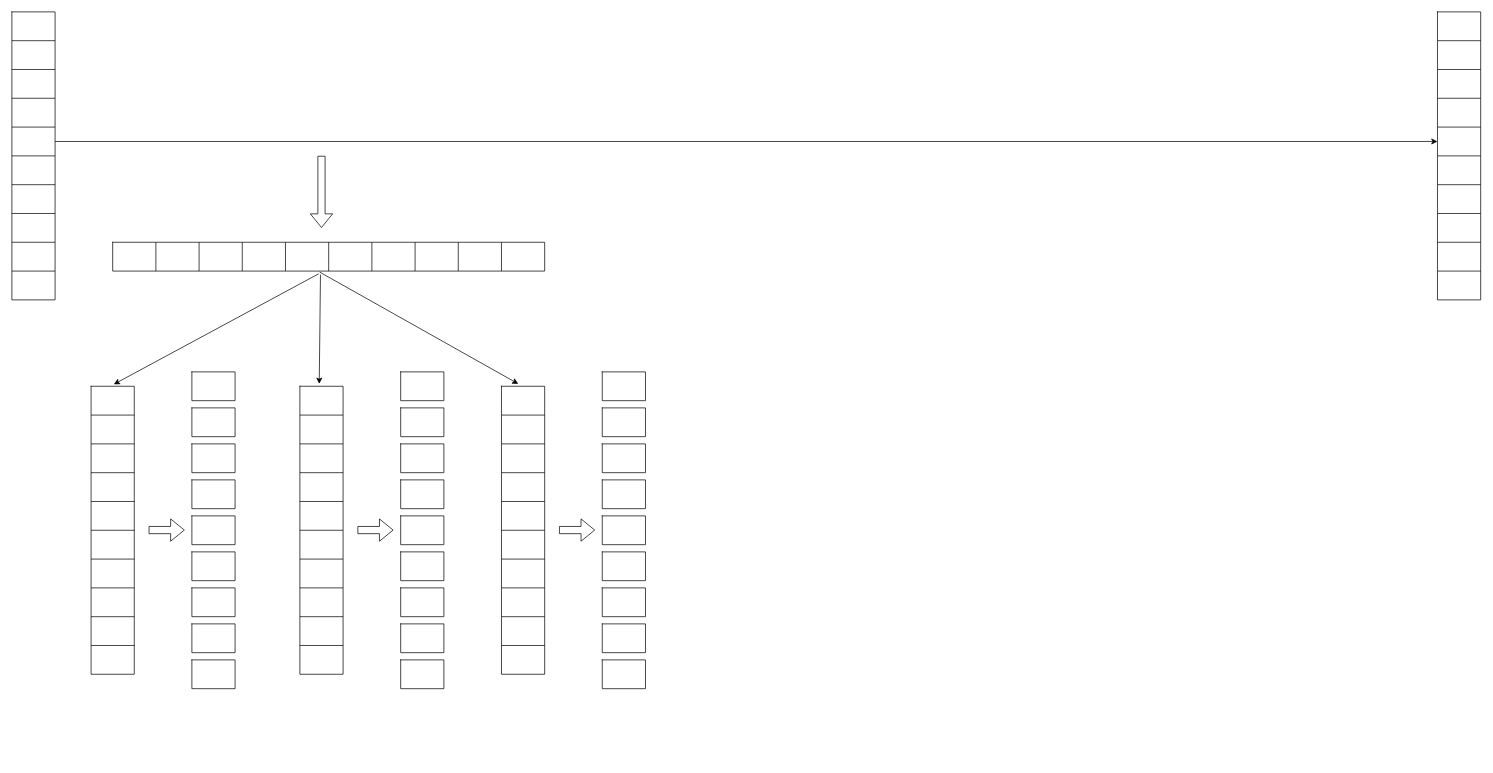
Above: transformer layer.drawio in uservan/drawIO (draw.io), before the change. Source tidied: cells renumbered, new cells numbered last; positions are measured from the earlier drawing's top-left corner, leaving out a move shared by most shapes. Both pictures are drawn from the tidied source at 72%, with x=0, y=0 at pixel (12, 12).
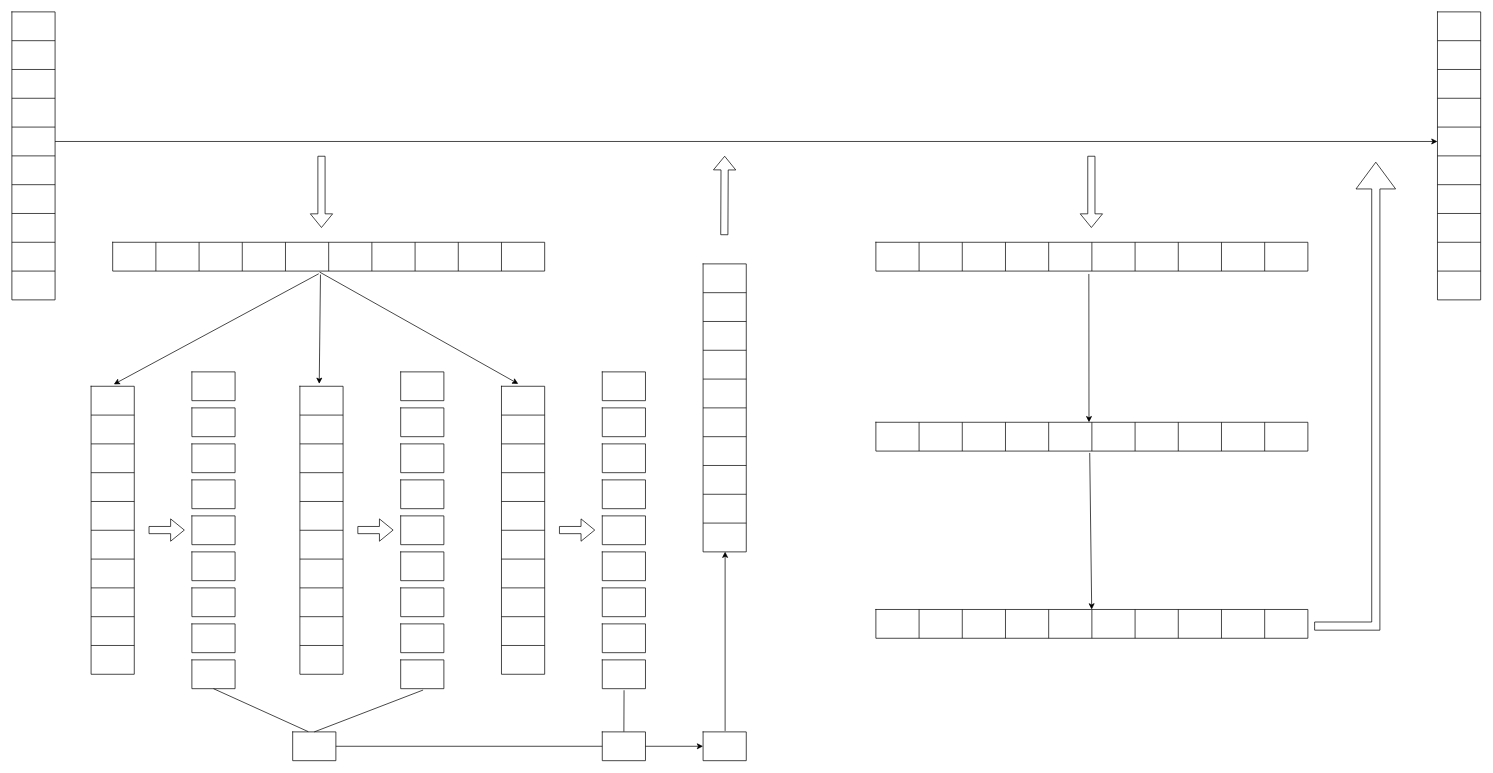
Above is the later version.

The change refers to these unchanged cells:
```xml
<mxCell id="178" style="shape=tableRow;horizontal=0;startSize=0;swimlaneHead=0;swimlaneBody=0;strokeColor=inherit;top=0;left=0;bottom=0;right=0;fillColor=none;points=[[0,0.5],[1,0.5]];portConstraint=eastwest;" parent="177" vertex="1">
  <mxGeometry width="60" height="40" as="geometry" />
</mxCell>
<mxCell id="206" style="shape=tableRow;horizontal=0;startSize=0;swimlaneHead=0;swimlaneBody=0;strokeColor=inherit;top=0;left=0;bottom=0;right=0;fillColor=none;points=[[0,0.5],[1,0.5]];portConstraint=eastwest;" parent="205" vertex="1">
  <mxGeometry width="60" height="40" as="geometry" />
</mxCell>
```

Diff of the diagram source:
```diff
@@
+    <mxCell id="208" style="shape=table;startSize=0;childLayout=tableLayout;" parent="1" vertex="1">
+      <mxGeometry x="390" y="1000" width="60" height="40" as="geometry" />
+    </mxCell>
+    <mxCell id="209" style="shape=tableRow;horizontal=0;startSize=0;swimlaneHead=0;swimlaneBody=0;strokeColor=inherit;top=0;left=0;bottom=0;right=0;fillColor=none;points=[[0,0.5],[1,0.5]];portConstraint=eastwest;" parent="208" vertex="1">
+      <mxGeometry width="60" height="40" as="geometry" />
+    </mxCell>
+    <mxCell id="210" style="shape=partialRectangle;html=1;whiteSpace=wrap;strokeColor=inherit;overflow=hidden;fillColor=none;top=0;left=0;bottom=0;right=0;" parent="209" vertex="1">
+      <mxGeometry width="60" height="40" as="geometry" />
+    </mxCell>
+    <mxCell id="211" style="endArrow=none;html=1;rounded=0;entryX=0.361;entryY=-0.008;entryDx=0;entryDy=0;entryPerimeter=0;" parent="1" edge="1" target="209">
+      <mxGeometry relative="1" as="geometry">
+        <mxPoint x="280" y="940" as="sourcePoint" />
+      </mxGeometry>
+    </mxCell>
+    <mxCell id="212" style="endArrow=none;html=1;rounded=0;exitX=0.519;exitY=1.047;exitDx=0;exitDy=0;exitPerimeter=0;entryX=0.5;entryY=0;entryDx=0;entryDy=0;entryPerimeter=0;" parent="1" edge="1" source="178" target="209">
+      <mxGeometry relative="1" as="geometry" />
+    </mxCell>
+    <mxCell id="213" style="shape=table;startSize=0;childLayout=tableLayout;" parent="1" vertex="1">
+      <mxGeometry x="820" y="1000" width="60" height="40" as="geometry" />
+    </mxCell>
+    <mxCell id="214" style="shape=tableRow;horizontal=0;startSize=0;swimlaneHead=0;swimlaneBody=0;strokeColor=inherit;top=0;left=0;bottom=0;right=0;fillColor=none;points=[[0,0.5],[1,0.5]];portConstraint=eastwest;" parent="213" vertex="1">
+      <mxGeometry width="60" height="40" as="geometry" />
+    </mxCell>
+    <mxCell id="215" style="shape=partialRectangle;html=1;whiteSpace=wrap;strokeColor=inherit;overflow=hidden;fillColor=none;top=0;left=0;bottom=0;right=0;" parent="214" vertex="1">
+      <mxGeometry width="60" height="40" as="geometry" />
+    </mxCell>
+    <mxCell id="216" style="endArrow=none;html=1;rounded=0;exitX=1;exitY=0.5;exitDx=0;exitDy=0;entryX=0;entryY=0.5;entryDx=0;entryDy=0;" parent="1" edge="1" source="209" target="214">
+      <mxGeometry relative="1" as="geometry" />
+    </mxCell>
+    <mxCell id="217" style="shape=table;startSize=0;childLayout=tableLayout;" parent="1" vertex="1">
+      <mxGeometry x="1200" y="320" width="600" height="40" as="geometry" />
+    </mxCell>
+    <mxCell id="218" style="shape=tableRow;horizontal=0;startSize=0;swimlaneHead=0;swimlaneBody=0;strokeColor=inherit;top=0;left=0;bottom=0;right=0;fillColor=none;points=[[0,0.5],[1,0.5]];portConstraint=eastwest;" parent="217" vertex="1">
+      <mxGeometry width="600" height="40" as="geometry" />
+    </mxCell>
+    <mxCell id="219" style="shape=partialRectangle;html=1;whiteSpace=wrap;strokeColor=inherit;overflow=hidden;fillColor=none;top=0;left=0;bottom=0;right=0;" parent="218" vertex="1">
+      <mxGeometry width="60" height="40" as="geometry" />
+    </mxCell>
+    <mxCell id="220" style="shape=partialRectangle;html=1;whiteSpace=wrap;strokeColor=inherit;overflow=hidden;fillColor=none;top=0;left=0;bottom=0;right=0;" parent="218" vertex="1">
+      <mxGeometry x="60" width="60" height="40" as="geometry" />
+    </mxCell>
+    <mxCell id="221" style="shape=partialRectangle;html=1;whiteSpace=wrap;strokeColor=inherit;overflow=hidden;fillColor=none;top=0;left=0;bottom=0;right=0;" parent="218" vertex="1">
+      <mxGeometry x="120" width="60" height="40" as="geometry" />
+    </mxCell>
+    <mxCell id="222" style="shape=partialRectangle;html=1;whiteSpace=wrap;strokeColor=inherit;overflow=hidden;fillColor=none;top=0;left=0;bottom=0;right=0;" parent="218" vertex="1">
+      <mxGeometry x="180" width="60" height="40" as="geometry" />
+    </mxCell>
+    <mxCell id="223" style="shape=partialRectangle;html=1;whiteSpace=wrap;strokeColor=inherit;overflow=hidden;fillColor=none;top=0;left=0;bottom=0;right=0;" parent="218" vertex="1">
+      <mxGeometry x="240" width="60" height="40" as="geometry" />
+    </mxCell>
+    <mxCell id="224" style="shape=partialRectangle;html=1;whiteSpace=wrap;strokeColor=inherit;overflow=hidden;fillColor=none;top=0;left=0;bottom=0;right=0;" parent="218" vertex="1">
+      <mxGeometry x="300" width="60" height="40" as="geometry" />
+    </mxCell>
+    <mxCell id="225" style="shape=partialRectangle;html=1;whiteSpace=wrap;strokeColor=inherit;overflow=hidden;fillColor=none;top=0;left=0;bottom=0;right=0;" parent="218" vertex="1">
+      <mxGeometry x="360" width="60" height="40" as="geometry" />
+    </mxCell>
+    <mxCell id="226" style="shape=partialRectangle;html=1;whiteSpace=wrap;strokeColor=inherit;overflow=hidden;fillColor=none;top=0;left=0;bottom=0;right=0;" parent="218" vertex="1">
+      <mxGeometry x="420" width="60" height="40" as="geometry" />
+    </mxCell>
+    <mxCell id="227" style="shape=partialRectangle;html=1;whiteSpace=wrap;strokeColor=inherit;overflow=hidden;fillColor=none;top=0;left=0;bottom=0;right=0;" parent="218" vertex="1">
+      <mxGeometry x="480" width="60" height="40" as="geometry" />
+    </mxCell>
+    <mxCell id="228" style="shape=partialRectangle;html=1;whiteSpace=wrap;strokeColor=inherit;overflow=hidden;fillColor=none;top=0;left=0;bottom=0;right=0;" parent="218" vertex="1">
+      <mxGeometry x="540" width="60" height="40" as="geometry" />
+    </mxCell>
+    <mxCell id="229" style="shape=table;startSize=0;childLayout=tableLayout;" parent="1" vertex="1">
+      <mxGeometry x="960" y="1000" width="60" height="40" as="geometry" />
+    </mxCell>
+    <mxCell id="230" style="shape=tableRow;horizontal=0;startSize=0;swimlaneHead=0;swimlaneBody=0;strokeColor=inherit;top=0;left=0;bottom=0;right=0;fillColor=none;points=[[0,0.5],[1,0.5]];portConstraint=eastwest;" parent="229" vertex="1">
+      <mxGeometry width="60" height="40" as="geometry" />
+    </mxCell>
+    <mxCell id="231" style="shape=partialRectangle;html=1;whiteSpace=wrap;strokeColor=inherit;overflow=hidden;fillColor=none;top=0;left=0;bottom=0;right=0;" parent="230" vertex="1">
+      <mxGeometry width="60" height="40" as="geometry" />
+    </mxCell>
+    <mxCell id="232" style="endArrow=none;html=1;rounded=0;exitX=0.504;exitY=1.054;exitDx=0;exitDy=0;exitPerimeter=0;entryX=0.5;entryY=-0.008;entryDx=0;entryDy=0;entryPerimeter=0;" parent="1" edge="1" source="206" target="214">
+      <mxGeometry relative="1" as="geometry" />
+    </mxCell>
+    <mxCell id="233" style="endArrow=classic;html=1;rounded=0;exitX=1;exitY=0.5;exitDx=0;exitDy=0;entryX=0;entryY=0.5;entryDx=0;entryDy=0;" parent="1" edge="1" source="214" target="230">
+      <mxGeometry relative="1" as="geometry" />
+    </mxCell>
+    <mxCell id="234" style="shape=table;startSize=0;childLayout=tableLayout;" parent="1" vertex="1">
+      <mxGeometry x="960" y="350" width="60" height="400" as="geometry" />
+    </mxCell>
+    <mxCell id="235" style="shape=tableRow;horizontal=0;startSize=0;swimlaneHead=0;swimlaneBody=0;strokeColor=inherit;top=0;left=0;bottom=0;right=0;fillColor=none;" parent="234" vertex="1">
+      <mxGeometry width="60" height="40" as="geometry" />
+    </mxCell>
+    <mxCell id="236" style="shape=partialRectangle;html=1;whiteSpace=wrap;strokeColor=inherit;overflow=hidden;fillColor=none;top=0;left=0;bottom=0;right=0;" parent="235" vertex="1">
+      <mxGeometry width="60" height="40" as="geometry" />
+    </mxCell>
+    <mxCell id="237" style="shape=tableRow;horizontal=0;startSize=0;swimlaneHead=0;swimlaneBody=0;strokeColor=inherit;top=0;left=0;bottom=0;right=0;fillColor=none;" parent="234" vertex="1">
+      <mxGeometry y="40" width="60" height="40" as="geometry" />
+    </mxCell>
+    <mxCell id="238" style="shape=partialRectangle;html=1;whiteSpace=wrap;strokeColor=inherit;overflow=hidden;fillColor=none;top=0;left=0;bottom=0;right=0;" parent="237" vertex="1">
+      <mxGeometry width="60" height="40" as="geometry" />
+    </mxCell>
+    <mxCell id="239" style="shape=tableRow;horizontal=0;startSize=0;swimlaneHead=0;swimlaneBody=0;strokeColor=inherit;top=0;left=0;bottom=0;right=0;fillColor=none;" parent="234" vertex="1">
+      <mxGeometry y="80" width="60" height="40" as="geometry" />
+    </mxCell>
+    <mxCell id="240" style="shape=partialRectangle;html=1;whiteSpace=wrap;strokeColor=inherit;overflow=hidden;fillColor=none;top=0;left=0;bottom=0;right=0;" parent="239" vertex="1">
+      <mxGeometry width="60" height="40" as="geometry" />
+    </mxCell>
+    <mxCell id="241" style="shape=tableRow;horizontal=0;startSize=0;swimlaneHead=0;swimlaneBody=0;strokeColor=inherit;top=0;left=0;bottom=0;right=0;fillColor=none;" parent="234" vertex="1">
+      <mxGeometry y="120" width="60" height="40" as="geometry" />
+    </mxCell>
+    <mxCell id="242" style="shape=partialRectangle;html=1;whiteSpace=wrap;strokeColor=inherit;overflow=hidden;fillColor=none;top=0;left=0;bottom=0;right=0;" parent="241" vertex="1">
+      <mxGeometry width="60" height="40" as="geometry" />
+    </mxCell>
+    <mxCell id="243" style="shape=tableRow;horizontal=0;startSize=0;swimlaneHead=0;swimlaneBody=0;strokeColor=inherit;top=0;left=0;bottom=0;right=0;fillColor=none;" parent="234" vertex="1">
+      <mxGeometry y="160" width="60" height="40" as="geometry" />
+    </mxCell>
+    <mxCell id="244" style="shape=partialRectangle;html=1;whiteSpace=wrap;strokeColor=inherit;overflow=hidden;fillColor=none;top=0;left=0;bottom=0;right=0;" parent="243" vertex="1">
+      <mxGeometry width="60" height="40" as="geometry" />
+    </mxCell>
+    <mxCell id="245" style="shape=tableRow;horizontal=0;startSize=0;swimlaneHead=0;swimlaneBody=0;strokeColor=inherit;top=0;left=0;bottom=0;right=0;fillColor=none;" parent="234" vertex="1">
+      <mxGeometry y="200" width="60" height="40" as="geometry" />
+    </mxCell>
+    <mxCell id="246" style="shape=partialRectangle;html=1;whiteSpace=wrap;strokeColor=inherit;overflow=hidden;fillColor=none;top=0;left=0;bottom=0;right=0;" parent="245" vertex="1">
+      <mxGeometry width="60" height="40" as="geometry" />
+    </mxCell>
+    <mxCell id="247" style="shape=tableRow;horizontal=0;startSize=0;swimlaneHead=0;swimlaneBody=0;strokeColor=inherit;top=0;left=0;bottom=0;right=0;fillColor=none;" parent="234" vertex="1">
+      <mxGeometry y="240" width="60" height="40" as="geometry" />
+    </mxCell>
+    <mxCell id="248" style="shape=partialRectangle;html=1;whiteSpace=wrap;strokeColor=inherit;overflow=hidden;fillColor=none;top=0;left=0;bottom=0;right=0;" parent="247" vertex="1">
+      <mxGeometry width="60" height="40" as="geometry" />
+    </mxCell>
+    <mxCell id="249" style="shape=tableRow;horizontal=0;startSize=0;swimlaneHead=0;swimlaneBody=0;strokeColor=inherit;top=0;left=0;bottom=0;right=0;fillColor=none;" parent="234" vertex="1">
+      <mxGeometry y="280" width="60" height="40" as="geometry" />
+    </mxCell>
+    <mxCell id="250" style="shape=partialRectangle;html=1;whiteSpace=wrap;strokeColor=inherit;overflow=hidden;fillColor=none;top=0;left=0;bottom=0;right=0;" parent="249" vertex="1">
+      <mxGeometry width="60" height="40" as="geometry" />
+    </mxCell>
+    <mxCell id="251" style="shape=tableRow;horizontal=0;startSize=0;swimlaneHead=0;swimlaneBody=0;strokeColor=inherit;top=0;left=0;bottom=0;right=0;fillColor=none;" parent="234" vertex="1">
+      <mxGeometry y="320" width="60" height="40" as="geometry" />
+    </mxCell>
+    <mxCell id="252" style="shape=partialRectangle;html=1;whiteSpace=wrap;strokeColor=inherit;overflow=hidden;fillColor=none;top=0;left=0;bottom=0;right=0;" parent="251" vertex="1">
+      <mxGeometry width="60" height="40" as="geometry" />
+    </mxCell>
+    <mxCell id="253" style="shape=tableRow;horizontal=0;startSize=0;swimlaneHead=0;swimlaneBody=0;strokeColor=inherit;top=0;left=0;bottom=0;right=0;fillColor=none;points=[[0,0.5],[1,0.5]];portConstraint=eastwest;" parent="234" vertex="1">
+      <mxGeometry y="360" width="60" height="40" as="geometry" />
+    </mxCell>
+    <mxCell id="254" style="shape=partialRectangle;html=1;whiteSpace=wrap;strokeColor=inherit;overflow=hidden;fillColor=none;top=0;left=0;bottom=0;right=0;" parent="253" vertex="1">
+      <mxGeometry width="60" height="40" as="geometry" />
+    </mxCell>
+    <mxCell id="255" style="endArrow=classic;html=1;rounded=0;exitX=0.51;exitY=-0.033;exitDx=0;exitDy=0;exitPerimeter=0;entryX=0.51;entryY=0.992;entryDx=0;entryDy=0;entryPerimeter=0;" parent="1" edge="1" source="230" target="253">
+      <mxGeometry relative="1" as="geometry" />
+    </mxCell>
+    <mxCell id="256" style="shape=flexArrow;endArrow=classic;html=1;rounded=0;" parent="1" edge="1">
+      <mxGeometry relative="1" as="geometry">
+        <mxPoint x="989.5" y="310" as="sourcePoint" />
+        <mxPoint x="990" y="200" as="targetPoint" />
+      </mxGeometry>
+    </mxCell>
+    <mxCell id="257" style="shape=flexArrow;endArrow=classic;html=1;rounded=0;" parent="1" edge="1">
+      <mxGeometry relative="1" as="geometry">
+        <mxPoint x="1499.3" y="200" as="sourcePoint" />
+        <mxPoint x="1499.3" y="300" as="targetPoint" />
+      </mxGeometry>
+    </mxCell>
+    <mxCell id="258" style="endArrow=classic;html=1;rounded=0;exitX=0.493;exitY=1.1;exitDx=0;exitDy=0;exitPerimeter=0;" parent="1" edge="1" source="218">
+      <mxGeometry relative="1" as="geometry">
+        <mxPoint x="1496" y="570" as="targetPoint" />
+      </mxGeometry>
+    </mxCell>
+    <mxCell id="259" style="shape=table;startSize=0;childLayout=tableLayout;" parent="1" vertex="1">
+      <mxGeometry x="1200" y="570" width="600" height="40" as="geometry" />
+    </mxCell>
+    <mxCell id="260" style="shape=tableRow;horizontal=0;startSize=0;swimlaneHead=0;swimlaneBody=0;strokeColor=inherit;top=0;left=0;bottom=0;right=0;fillColor=none;points=[[0,0.5],[1,0.5]];portConstraint=eastwest;" parent="259" vertex="1">
+      <mxGeometry width="600" height="40" as="geometry" />
+    </mxCell>
+    <mxCell id="261" style="shape=partialRectangle;html=1;whiteSpace=wrap;strokeColor=inherit;overflow=hidden;fillColor=none;top=0;left=0;bottom=0;right=0;" parent="260" vertex="1">
+      <mxGeometry width="60" height="40" as="geometry" />
+    </mxCell>
+    <mxCell id="262" style="shape=partialRectangle;html=1;whiteSpace=wrap;strokeColor=inherit;overflow=hidden;fillColor=none;top=0;left=0;bottom=0;right=0;" parent="260" vertex="1">
+      <mxGeometry x="60" width="60" height="40" as="geometry" />
+    </mxCell>
+    <mxCell id="263" style="shape=partialRectangle;html=1;whiteSpace=wrap;strokeColor=inherit;overflow=hidden;fillColor=none;top=0;left=0;bottom=0;right=0;" parent="260" vertex="1">
+      <mxGeometry x="120" width="60" height="40" as="geometry" />
+    </mxCell>
+    <mxCell id="264" style="shape=partialRectangle;html=1;whiteSpace=wrap;strokeColor=inherit;overflow=hidden;fillColor=none;top=0;left=0;bottom=0;right=0;" parent="260" vertex="1">
+      <mxGeometry x="180" width="60" height="40" as="geometry" />
+    </mxCell>
+    <mxCell id="265" style="shape=partialRectangle;html=1;whiteSpace=wrap;strokeColor=inherit;overflow=hidden;fillColor=none;top=0;left=0;bottom=0;right=0;" parent="260" vertex="1">
+      <mxGeometry x="240" width="60" height="40" as="geometry" />
+    </mxCell>
+    <mxCell id="266" style="shape=partialRectangle;html=1;whiteSpace=wrap;strokeColor=inherit;overflow=hidden;fillColor=none;top=0;left=0;bottom=0;right=0;" parent="260" vertex="1">
+      <mxGeometry x="300" width="60" height="40" as="geometry" />
+    </mxCell>
+    <mxCell id="267" style="shape=partialRectangle;html=1;whiteSpace=wrap;strokeColor=inherit;overflow=hidden;fillColor=none;top=0;left=0;bottom=0;right=0;" parent="260" vertex="1">
+      <mxGeometry x="360" width="60" height="40" as="geometry" />
+    </mxCell>
+    <mxCell id="268" style="shape=partialRectangle;html=1;whiteSpace=wrap;strokeColor=inherit;overflow=hidden;fillColor=none;top=0;left=0;bottom=0;right=0;" parent="260" vertex="1">
+      <mxGeometry x="420" width="60" height="40" as="geometry" />
+    </mxCell>
+    <mxCell id="269" style="shape=partialRectangle;html=1;whiteSpace=wrap;strokeColor=inherit;overflow=hidden;fillColor=none;top=0;left=0;bottom=0;right=0;" parent="260" vertex="1">
+      <mxGeometry x="480" width="60" height="40" as="geometry" />
+    </mxCell>
+    <mxCell id="270" style="shape=partialRectangle;html=1;whiteSpace=wrap;strokeColor=inherit;overflow=hidden;fillColor=none;top=0;left=0;bottom=0;right=0;" parent="260" vertex="1">
+      <mxGeometry x="540" width="60" height="40" as="geometry" />
+    </mxCell>
+    <mxCell id="271" style="shape=table;startSize=0;childLayout=tableLayout;" parent="1" vertex="1">
+      <mxGeometry x="1200" y="830" width="600" height="40" as="geometry" />
+    </mxCell>
+    <mxCell id="272" style="shape=tableRow;horizontal=0;startSize=0;swimlaneHead=0;swimlaneBody=0;strokeColor=inherit;top=0;left=0;bottom=0;right=0;fillColor=none;points=[[0,0.5],[1,0.5]];portConstraint=eastwest;" parent="271" vertex="1">
+      <mxGeometry width="600" height="40" as="geometry" />
+    </mxCell>
+    <mxCell id="273" style="shape=partialRectangle;html=1;whiteSpace=wrap;strokeColor=inherit;overflow=hidden;fillColor=none;top=0;left=0;bottom=0;right=0;" parent="272" vertex="1">
+      <mxGeometry width="60" height="40" as="geometry" />
+    </mxCell>
+    <mxCell id="274" style="shape=partialRectangle;html=1;whiteSpace=wrap;strokeColor=inherit;overflow=hidden;fillColor=none;top=0;left=0;bottom=0;right=0;" parent="272" vertex="1">
+      <mxGeometry x="60" width="60" height="40" as="geometry" />
+    </mxCell>
+    <mxCell id="275" style="shape=partialRectangle;html=1;whiteSpace=wrap;strokeColor=inherit;overflow=hidden;fillColor=none;top=0;left=0;bottom=0;right=0;" parent="272" vertex="1">
+      <mxGeometry x="120" width="60" height="40" as="geometry" />
+    </mxCell>
+    <mxCell id="276" style="shape=partialRectangle;html=1;whiteSpace=wrap;strokeColor=inherit;overflow=hidden;fillColor=none;top=0;left=0;bottom=0;right=0;" parent="272" vertex="1">
+      <mxGeometry x="180" width="60" height="40" as="geometry" />
+    </mxCell>
+    <mxCell id="277" style="shape=partialRectangle;html=1;whiteSpace=wrap;strokeColor=inherit;overflow=hidden;fillColor=none;top=0;left=0;bottom=0;right=0;" parent="272" vertex="1">
+      <mxGeometry x="240" width="60" height="40" as="geometry" />
+    </mxCell>
+    <mxCell id="278" style="shape=partialRectangle;html=1;whiteSpace=wrap;strokeColor=inherit;overflow=hidden;fillColor=none;top=0;left=0;bottom=0;right=0;" parent="272" vertex="1">
+      <mxGeometry x="300" width="60" height="40" as="geometry" />
+    </mxCell>
+    <mxCell id="279" style="shape=partialRectangle;html=1;whiteSpace=wrap;strokeColor=inherit;overflow=hidden;fillColor=none;top=0;left=0;bottom=0;right=0;" parent="272" vertex="1">
+      <mxGeometry x="360" width="60" height="40" as="geometry" />
+    </mxCell>
+    <mxCell id="280" style="shape=partialRectangle;html=1;whiteSpace=wrap;strokeColor=inherit;overflow=hidden;fillColor=none;top=0;left=0;bottom=0;right=0;" parent="272" vertex="1">
+      <mxGeometry x="420" width="60" height="40" as="geometry" />
+    </mxCell>
+    <mxCell id="281" style="shape=partialRectangle;html=1;whiteSpace=wrap;strokeColor=inherit;overflow=hidden;fillColor=none;top=0;left=0;bottom=0;right=0;" parent="272" vertex="1">
+      <mxGeometry x="480" width="60" height="40" as="geometry" />
+    </mxCell>
+    <mxCell id="282" style="shape=partialRectangle;html=1;whiteSpace=wrap;strokeColor=inherit;overflow=hidden;fillColor=none;top=0;left=0;bottom=0;right=0;" parent="272" vertex="1">
+      <mxGeometry x="540" width="60" height="40" as="geometry" />
+    </mxCell>
+    <mxCell id="283" style="endArrow=classic;html=1;rounded=0;exitX=0.495;exitY=1.064;exitDx=0;exitDy=0;exitPerimeter=0;" parent="1" edge="1" source="260" target="272">
+      <mxGeometry relative="1" as="geometry" />
+    </mxCell>
+    <mxCell id="284" style="html=1;shadow=0;dashed=0;align=center;verticalAlign=middle;shape=mxgraph.arrows2.bendArrow;dy=5.67;dx=37.17;notch=0;arrowHead=55;rounded=0;rotation=-90;flipH=0;flipV=1;" parent="1" vertex="1">
+      <mxGeometry x="1540.6" y="477.5" width="650" height="112.5" as="geometry" />
+    </mxCell>
```
